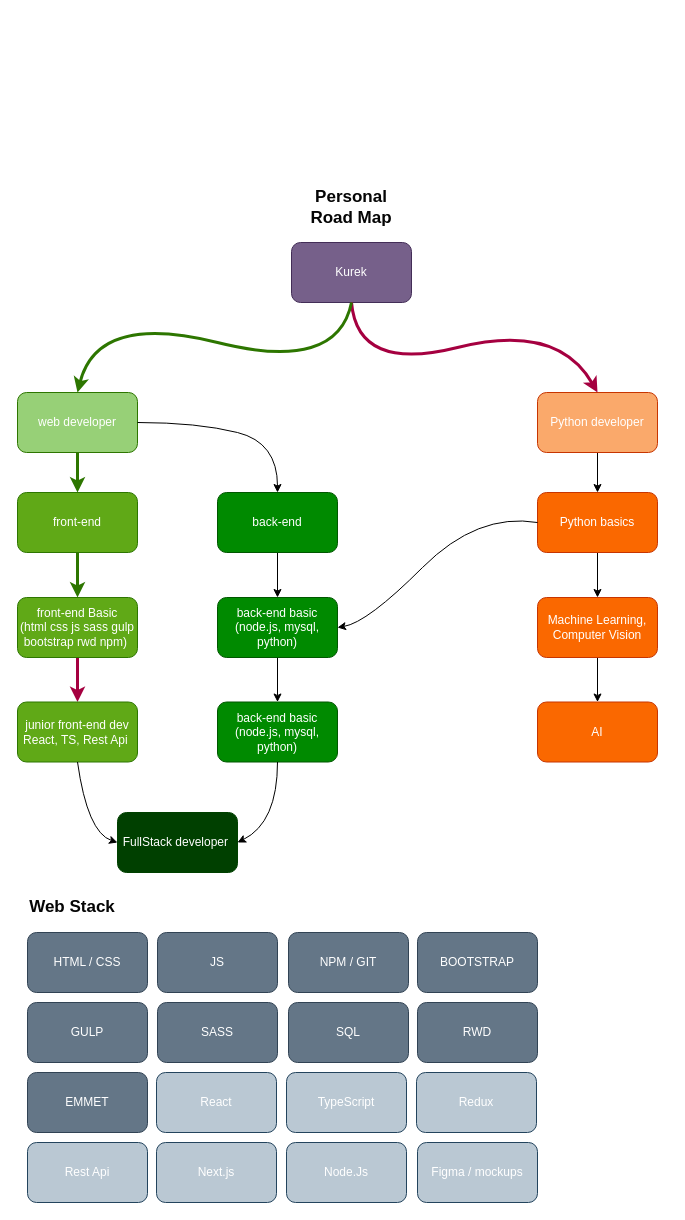
TheKureq/TheKureq keeps this draw.io diagram as Diagram bez tytułu.drawio. Above is the earlier version. Source tidied: cells renumbered, new cells numbered last; positions are measured from the earlier drawing's top-left corner, leaving out a move shared by most shapes. Both pictures are drawn from the tidied source at 100%, with x=0, y=0 at pixel (17, 192).
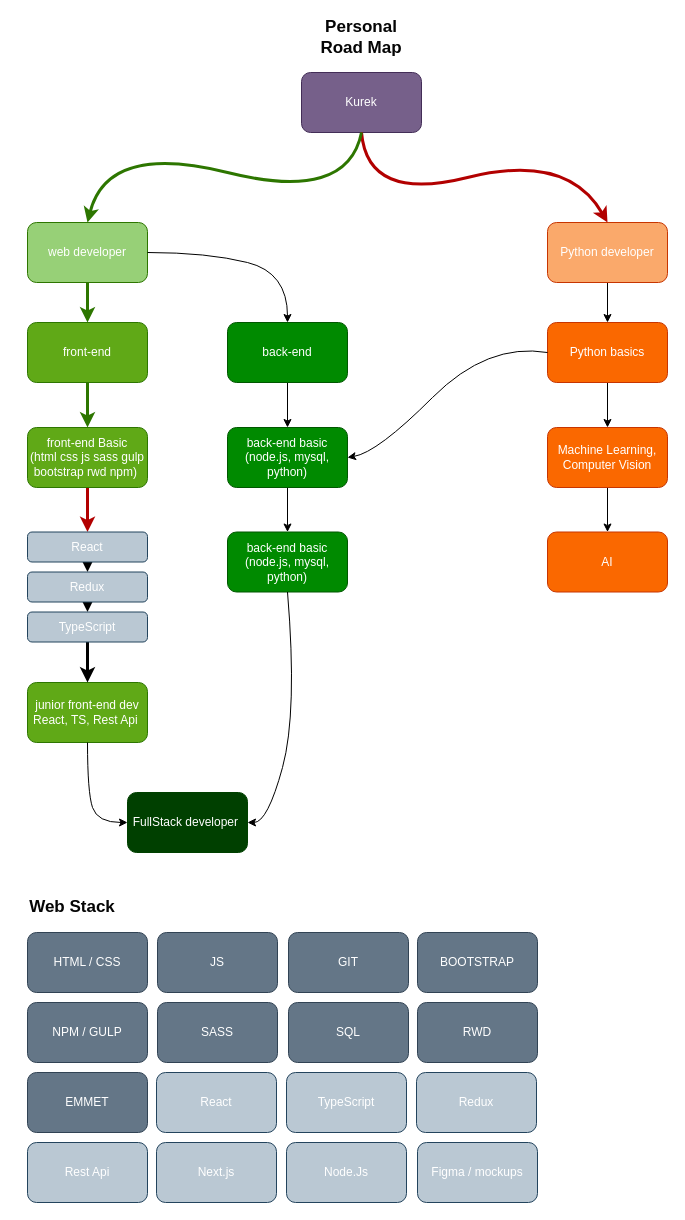
After the change.

Diff of the diagram source:
```diff
@@
     <mxCell id="2" value="Kurek" style="rounded=1;whiteSpace=wrap;html=1;fillColor=#76608a;strokeColor=#432D57;fontColor=#ffffff;" parent="1" vertex="1">
-      <mxGeometry x="274" y="50" width="120" height="60" as="geometry" />
+      <mxGeometry x="284" y="-120" width="120" height="60" as="geometry" />
     </mxCell>
@@
     <mxCell id="4" value="web developer" style="rounded=1;whiteSpace=wrap;html=1;fillColor=#97D077;strokeColor=#2D7600;fontColor=#ffffff;" parent="1" vertex="1">
-      <mxGeometry y="200" width="120" height="60" as="geometry" />
+      <mxGeometry x="10" y="30" width="120" height="60" as="geometry" />
     </mxCell>
@@
     <mxCell id="6" value="Python developer" style="rounded=1;whiteSpace=wrap;html=1;fillColor=#FAA96B;strokeColor=#C73500;fontColor=#FFFFFF;" parent="1" vertex="1">
-      <mxGeometry x="520" y="200" width="120" height="60" as="geometry" />
+      <mxGeometry x="530" y="30" width="120" height="60" as="geometry" />
     </mxCell>
-    <mxCell id="7" style="curved=1;endArrow=classic;html=1;rounded=0;exitX=0.5;exitY=1;exitDx=0;exitDy=0;entryX=0.5;entryY=0;entryDx=0;entryDy=0;fillColor=#d80073;strokeColor=#A50040;strokeWidth=3;" parent="1" edge="1" source="2" target="6">
+    <mxCell id="7" style="curved=1;endArrow=classic;html=1;rounded=0;exitX=0.5;exitY=1;exitDx=0;exitDy=0;entryX=0.5;entryY=0;entryDx=0;entryDy=0;fillColor=#e51400;strokeColor=#B20000;strokeWidth=3;" parent="1" edge="1" source="2" target="6">
       <mxGeometry relative="1" as="geometry">
         <Array as="points">
-          <mxPoint x="340" y="180" />
-          <mxPoint x="540" y="130" />
+          <mxPoint x="350" y="10" />
+          <mxPoint x="550" y="-40" />
         </Array>
       </mxGeometry>
     </mxCell>
     <mxCell id="8" style="curved=1;endArrow=classic;html=1;rounded=0;exitX=0.5;exitY=1;exitDx=0;exitDy=0;entryX=0.5;entryY=0;entryDx=0;entryDy=0;fillColor=#60a917;strokeColor=#2D7600;strokeWidth=3;" parent="1" edge="1" source="2" target="4">
       <mxGeometry relative="1" as="geometry">
         <Array as="points">
-          <mxPoint x="320" y="180" />
-          <mxPoint x="80" y="120" />
+          <mxPoint x="330" y="10" />
+          <mxPoint x="90" y="-50" />
         </Array>
       </mxGeometry>
     </mxCell>
-    <mxCell id="9" style="edgeStyle=orthogonalEdgeStyle;rounded=0;jettySize=auto;html=1;fillColor=#d80073;strokeColor=#A50040;strokeWidth=3;" parent="1" edge="1" source="10" target="11">
-      <mxGeometry relative="1" as="geometry" />
-    </mxCell>
+    <mxCell id="47" style="edgeStyle=orthogonalEdgeStyle;rounded=0;jettySize=auto;html=1;exitX=0.5;exitY=1;exitDx=0;exitDy=0;entryX=0.5;entryY=0;entryDx=0;entryDy=0;strokeWidth=3;fontSize=17;fontColor=#FFFFFF;strokeColor=#B20000;fillColor=#e51400;" parent="1" edge="1" source="10" target="49">
+      <mxGeometry relative="1" as="geometry" />
+    </mxCell>
     <mxCell id="10" value="front-end Basic&lt;br&gt;(html css js sass gulp bootstrap rwd npm)&amp;nbsp;" style="rounded=1;whiteSpace=wrap;html=1;fillColor=#60a917;fontColor=#ffffff;strokeColor=#2D7600;" parent="1" vertex="1">
-      <mxGeometry y="405" width="120" height="60" as="geometry" />
+      <mxGeometry x="10" y="235" width="120" height="60" as="geometry" />
     </mxCell>
     <mxCell id="11" value="junior front-end dev&lt;br&gt;React, TS, Rest Api&amp;nbsp;" style="rounded=1;whiteSpace=wrap;html=1;fillColor=#60a917;fontColor=#ffffff;strokeColor=#2D7600;" parent="1" vertex="1">
-      <mxGeometry y="509.5" width="120" height="60" as="geometry" />
+      <mxGeometry x="10" y="490" width="120" height="60" as="geometry" />
     </mxCell>
     <mxCell id="12" style="edgeStyle=orthogonalEdgeStyle;rounded=0;jettySize=auto;html=1;" parent="1" edge="1" source="13">
       <mxGeometry relative="1" as="geometry">
-        <mxPoint x="580" y="405" as="targetPoint" />
+        <mxPoint x="590" y="235" as="targetPoint" />
         <Array as="points">
-          <mxPoint x="580" y="405" />
+          <mxPoint x="590" y="235" />
         </Array>
       </mxGeometry>
     </mxCell>
     <mxCell id="13" value="Python basics" style="rounded=1;whiteSpace=wrap;html=1;fillColor=#fa6800;fontColor=#FFFFFF;strokeColor=#C73500;" parent="1" vertex="1">
-      <mxGeometry x="520" y="300" width="120" height="60" as="geometry" />
+      <mxGeometry x="530" y="130" width="120" height="60" as="geometry" />
     </mxCell>
@@
     <mxCell id="15" value="back-end" style="rounded=1;whiteSpace=wrap;html=1;fillColor=#008a00;fontColor=#ffffff;strokeColor=#005700;" parent="1" vertex="1">
-      <mxGeometry x="200" y="300" width="120" height="60" as="geometry" />
+      <mxGeometry x="210" y="130" width="120" height="60" as="geometry" />
     </mxCell>
     <mxCell id="16" style="curved=1;endArrow=classic;html=1;rounded=0;exitX=1;exitY=0.5;exitDx=0;exitDy=0;entryX=0.5;entryY=0;entryDx=0;entryDy=0;" parent="1" edge="1" source="4" target="15">
       <mxGeometry relative="1" as="geometry">
         <Array as="points">
-          <mxPoint x="180" y="230" />
-          <mxPoint x="260" y="250" />
+          <mxPoint x="190" y="60" />
+          <mxPoint x="270" y="80" />
         </Array>
       </mxGeometry>
     </mxCell>
@@
     <mxCell id="18" value="back-end basic&lt;br&gt;(node.js, mysql, python)" style="rounded=1;whiteSpace=wrap;html=1;fillColor=#008a00;fontColor=#ffffff;strokeColor=#005700;" parent="1" vertex="1">
-      <mxGeometry x="200" y="405" width="120" height="60" as="geometry" />
+      <mxGeometry x="210" y="235" width="120" height="60" as="geometry" />
     </mxCell>
@@
     <mxCell id="20" value="front-end" style="rounded=1;whiteSpace=wrap;html=1;fillColor=#60a917;fontColor=#ffffff;strokeColor=#2D7600;" parent="1" vertex="1">
-      <mxGeometry y="300" width="120" height="60" as="geometry" />
+      <mxGeometry x="10" y="130" width="120" height="60" as="geometry" />
     </mxCell>
     <mxCell id="21" style="curved=1;endArrow=classic;html=1;rounded=0;entryX=1;entryY=0.5;entryDx=0;entryDy=0;exitX=0;exitY=0.5;exitDx=0;exitDy=0;" parent="1" edge="1" source="13" target="18">
       <mxGeometry relative="1" as="geometry">
         <Array as="points">
-          <mxPoint x="460" y="320" />
-          <mxPoint x="350" y="430" />
+          <mxPoint x="470" y="150" />
+          <mxPoint x="360" y="260" />
         </Array>
       </mxGeometry>
     </mxCell>
     <mxCell id="22" value="back-end basic&lt;br&gt;(node.js, mysql, python)" style="rounded=1;whiteSpace=wrap;html=1;fillColor=#008a00;fontColor=#ffffff;strokeColor=#005700;" parent="1" vertex="1">
-      <mxGeometry x="200" y="509.5" width="120" height="60" as="geometry" />
+      <mxGeometry x="210" y="339.5" width="120" height="60" as="geometry" />
     </mxCell>
     <mxCell id="23" value="FullStack developer&amp;nbsp;" style="rounded=1;whiteSpace=wrap;html=1;fillColor=#004000;fontColor=#ffffff;strokeColor=#004000;" parent="1" vertex="1">
-      <mxGeometry x="100" y="620" width="120" height="60" as="geometry" />
+      <mxGeometry x="110" y="600" width="120" height="60" as="geometry" />
     </mxCell>
     <mxCell id="24" style="curved=1;endArrow=classic;html=1;rounded=0;entryX=1;entryY=0.5;entryDx=0;entryDy=0;exitX=0.5;exitY=1;exitDx=0;exitDy=0;" parent="1" edge="1" source="22" target="23">
       <mxGeometry relative="1" as="geometry">
         <Array as="points">
-          <mxPoint x="260" y="630" />
+          <mxPoint x="280" y="520" />
+          <mxPoint x="250" y="630" />
         </Array>
       </mxGeometry>
     </mxCell>
-    <mxCell id="25" style="curved=1;endArrow=classic;html=1;rounded=0;entryX=0;entryY=0.5;entryDx=0;entryDy=0;exitX=0.5;exitY=1;exitDx=0;exitDy=0;" parent="1" edge="1" source="11" target="23">
-      <mxGeometry relative="1" as="geometry">
-        <Array as="points">
-          <mxPoint x="70" y="640" />
-        </Array>
-      </mxGeometry>
-    </mxCell>
@@
     <mxCell id="27" value="Machine Learning,&lt;br&gt;Computer Vision" style="rounded=1;whiteSpace=wrap;html=1;fillColor=#fa6800;fontColor=#FFFFFF;strokeColor=#C73500;" parent="1" vertex="1">
-      <mxGeometry x="520" y="405" width="120" height="60" as="geometry" />
+      <mxGeometry x="530" y="235" width="120" height="60" as="geometry" />
     </mxCell>
     <mxCell id="28" value="AI" style="rounded=1;whiteSpace=wrap;html=1;fillColor=#fa6800;fontColor=#FFFFFF;strokeColor=#C73500;" parent="1" vertex="1">
-      <mxGeometry x="520" y="509.5" width="120" height="60" as="geometry" />
+      <mxGeometry x="530" y="339.5" width="120" height="60" as="geometry" />
     </mxCell>
@@
-    <mxCell id="31" value="NPM / GIT" style="rounded=1;whiteSpace=wrap;html=1;strokeColor=#314354;fontColor=#ffffff;fillColor=#647687;" parent="1" vertex="1">
+    <mxCell id="31" value="GIT" style="rounded=1;whiteSpace=wrap;html=1;strokeColor=#314354;fontColor=#ffffff;fillColor=#647687;" parent="1" vertex="1">
       <mxGeometry x="271" y="740" width="120" height="60" as="geometry" />
     </mxCell>
@@
-    <mxCell id="34" value="GULP" style="rounded=1;whiteSpace=wrap;html=1;strokeColor=#314354;fontColor=#ffffff;fillColor=#647687;" parent="1" vertex="1">
+    <mxCell id="34" value="NPM /&amp;nbsp;GULP" style="rounded=1;whiteSpace=wrap;html=1;strokeColor=#314354;fontColor=#ffffff;fillColor=#647687;" parent="1" vertex="1">
       <mxGeometry x="10" y="810" width="120" height="60" as="geometry" />
     </mxCell>
@@
     <mxCell id="42" value="&lt;font color=&quot;#050505&quot; style=&quot;font-size: 17px;&quot;&gt;&lt;span style=&quot;font-size: 17px;&quot;&gt;Personal Road Map&lt;/span&gt;&lt;/font&gt;" style="text;html=1;strokeColor=none;fillColor=none;align=center;verticalAlign=middle;whiteSpace=wrap;rounded=0;fontColor=#FFFFFF;fontStyle=5;fontSize=17;" parent="1" vertex="1">
-      <mxGeometry x="289" width="90" height="30" as="geometry" />
+      <mxGeometry x="299" y="-170" width="90" height="30" as="geometry" />
     </mxCell>
@@
+    <mxCell id="48" style="edgeStyle=orthogonalEdgeStyle;rounded=0;jettySize=auto;html=1;exitX=0.5;exitY=1;exitDx=0;exitDy=0;entryX=0.5;entryY=0;entryDx=0;entryDy=0;strokeWidth=3;fontSize=17;fontColor=#FFFFFF;" parent="1" edge="1" source="49" target="51">
+      <mxGeometry relative="1" as="geometry" />
+    </mxCell>
+    <mxCell id="49" value="React" style="rounded=1;whiteSpace=wrap;html=1;strokeColor=#23445d;fillColor=#bac8d3;fontColor=#FFFFFF;" parent="1" vertex="1">
+      <mxGeometry x="10" y="339.5" width="120" height="30" as="geometry" />
+    </mxCell>
+    <mxCell id="50" style="edgeStyle=orthogonalEdgeStyle;rounded=0;jettySize=auto;html=1;exitX=0.5;exitY=1;exitDx=0;exitDy=0;entryX=0.5;entryY=0;entryDx=0;entryDy=0;strokeWidth=3;fontSize=17;fontColor=#FFFFFF;" parent="1" edge="1" source="51" target="53">
+      <mxGeometry relative="1" as="geometry" />
+    </mxCell>
+    <mxCell id="51" value="Redux" style="rounded=1;whiteSpace=wrap;html=1;strokeColor=#23445d;fillColor=#bac8d3;fontColor=#FFFFFF;" parent="1" vertex="1">
+      <mxGeometry x="10" y="379.5" width="120" height="30" as="geometry" />
+    </mxCell>
+    <mxCell id="52" style="edgeStyle=orthogonalEdgeStyle;rounded=0;jettySize=auto;html=1;strokeWidth=3;fontSize=17;fontColor=#FFFFFF;" parent="1" edge="1" source="53" target="11">
+      <mxGeometry relative="1" as="geometry" />
+    </mxCell>
+    <mxCell id="53" value="TypeScript" style="rounded=1;whiteSpace=wrap;html=1;strokeColor=#23445d;fillColor=#bac8d3;fontColor=#FFFFFF;" parent="1" vertex="1">
+      <mxGeometry x="10" y="419.5" width="120" height="30" as="geometry" />
+    </mxCell>
+    <mxCell id="25" style="curved=1;endArrow=classic;html=1;rounded=0;entryX=0;entryY=0.5;entryDx=0;entryDy=0;exitX=0.5;exitY=1;exitDx=0;exitDy=0;" parent="1" edge="1" source="11" target="23">
+      <mxGeometry relative="1" as="geometry">
+        <Array as="points">
+          <mxPoint x="70" y="600" />
+          <mxPoint x="80" y="630" />
+        </Array>
+      </mxGeometry>
+    </mxCell>
```
